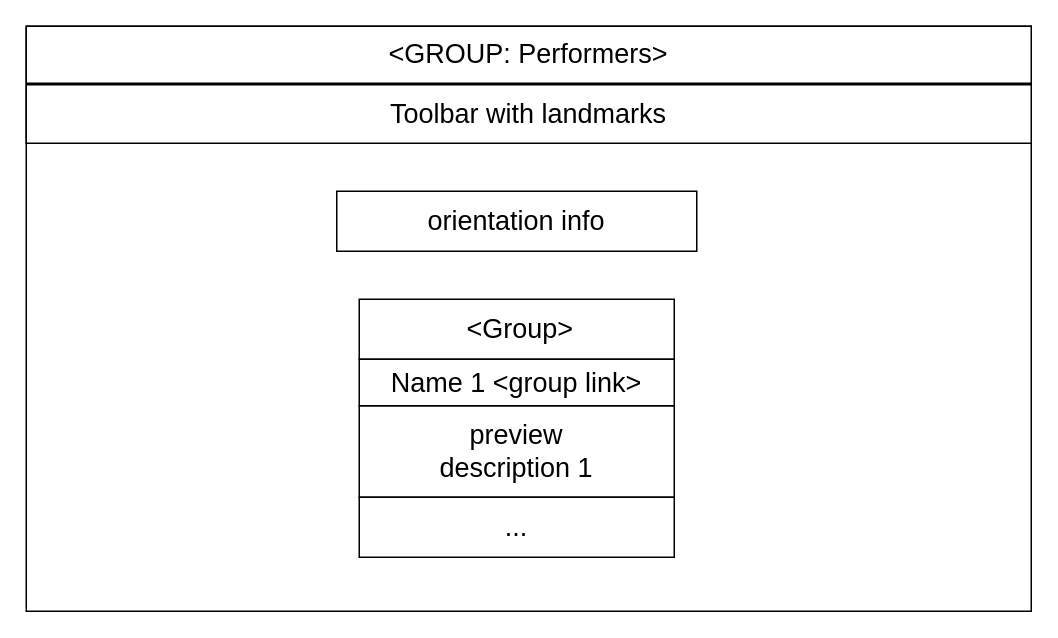
Above: other/documentation/frontend/DRAW IO desing/performers.drawio in LeonardoPanizzo/hypermedia2019 (draw.io), before the change. Source tidied: cells renumbered, new cells numbered last; positions are measured from the earlier drawing's top-left corner, leaving out a move shared by most shapes. Both pictures are drawn from the tidied source at 150%, with x=0, y=0 at pixel (26, 26).
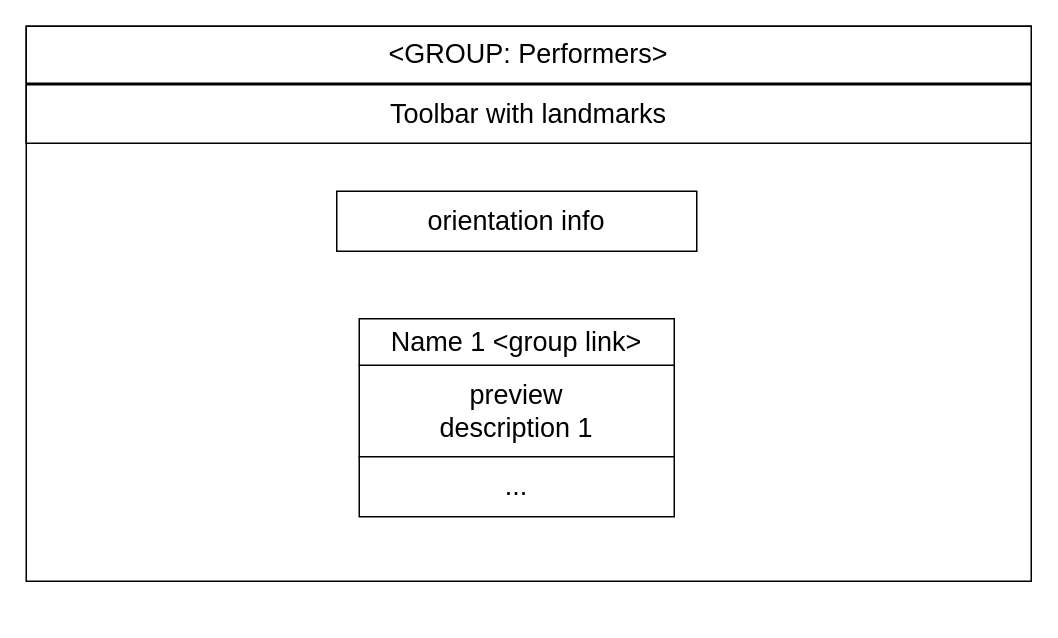
The same diagram, later.

The edit, as a diff of the source:
```diff
@@
 <mxGraphModel>
   <root>
     <mxCell id="0" />
     <mxCell id="1" parent="0" />
     <mxCell id="2" style="rounded=0;whiteSpace=wrap;html=1;" parent="1" vertex="1">
-      <mxGeometry width="670" height="390" as="geometry" />
+      <mxGeometry width="670" height="370" as="geometry" />
     </mxCell>
     <mxCell id="3" value="&lt;div style=&quot;text-align: left ; font-size: 18px&quot;&gt;&lt;span&gt;&amp;lt;GROUP: Performers&amp;gt;&lt;/span&gt;&lt;br&gt;&lt;/div&gt;" style="rounded=0;whiteSpace=wrap;html=1;fontSize=18;" parent="1" vertex="1">
       <mxGeometry width="670" height="38" as="geometry" />
     </mxCell>
     <mxCell id="4" value="Toolbar with landmarks" style="rounded=0;whiteSpace=wrap;html=1;fontSize=18;" parent="1" vertex="1">
       <mxGeometry y="39" width="670" height="39" as="geometry" />
     </mxCell>
     <mxCell id="5" value="orientation info" style="rounded=0;whiteSpace=wrap;html=1;fontSize=18;" parent="1" vertex="1">
       <mxGeometry x="207" y="110" width="240" height="40" as="geometry" />
     </mxCell>
     <mxCell id="6" value="preview&lt;br&gt;description 1" style="rounded=0;whiteSpace=wrap;html=1;fontSize=18;" parent="1" vertex="1">
-      <mxGeometry x="222" y="253" width="210" height="61" as="geometry" />
+      <mxGeometry x="222" y="226" width="210" height="61" as="geometry" />
     </mxCell>
-    <mxCell id="7" value="&amp;nbsp;&amp;lt;Group&amp;gt;" style="rounded=0;whiteSpace=wrap;html=1;fontSize=18;" parent="1" vertex="1">
-      <mxGeometry x="222" y="182" width="210" height="40" as="geometry" />
-    </mxCell>
     <mxCell id="8" value="..." style="rounded=0;whiteSpace=wrap;html=1;fontSize=18;" parent="1" vertex="1">
-      <mxGeometry x="222" y="314" width="210" height="40" as="geometry" />
+      <mxGeometry x="222" y="287" width="210" height="40" as="geometry" />
     </mxCell>
     <mxCell id="9" value="Name 1 &amp;lt;group link&amp;gt;" style="rounded=0;whiteSpace=wrap;html=1;fontSize=18;" parent="1" vertex="1">
-      <mxGeometry x="222" y="222" width="210" height="31" as="geometry" />
+      <mxGeometry x="222" y="195" width="210" height="31" as="geometry" />
     </mxCell>
   </root>
 </mxGraphModel>
```
